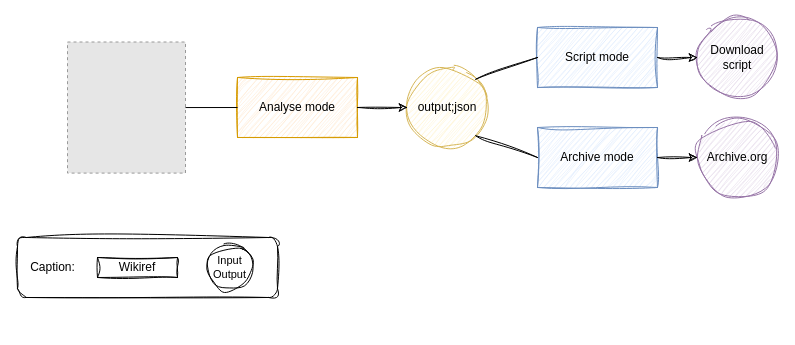
Manu404/WikiRef keeps this draw.io diagram as doc/Overview_Archi.drawio. Above is the earlier version. Source tidied: cells renumbered, new cells numbered last; positions are measured from the earlier drawing's top-left corner, leaving out a move shared by most shapes. Both pictures are drawn from the tidied source at 100%, with x=0, y=0 at pixel (17, 17). Pictures stored in the file or linked from it are replaced by grey dashed boxes.
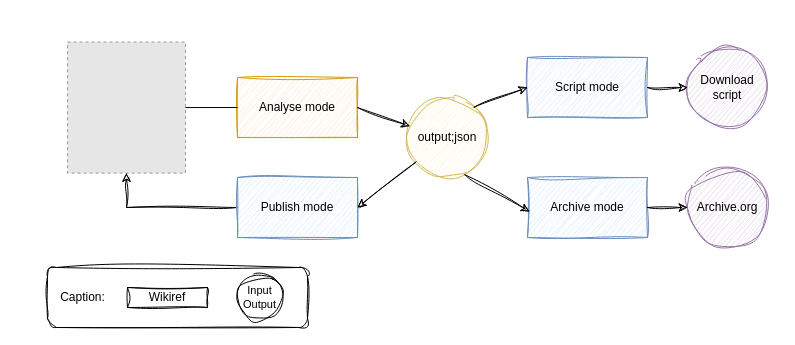
The same diagram, later.

Unchanged cells that the change refers to:
```xml
<mxCell id="3" style="fillColor=#E6E6E6;strokeColor=#999999;dashed=1;verticalLabelPosition=bottom;labelBackgroundColor=default;verticalAlign=top;" parent="1" vertex="1">
  <mxGeometry x="50" y="24.5" width="118" height="131.1" as="geometry" />
</mxCell>
<mxCell id="4" value="Analyse mode" style="rounded=0;whiteSpace=wrap;html=1;fillColor=#ffe6cc;strokeColor=#d79b00;sketch=1;curveFitting=1;jiggle=2;" parent="1" vertex="1">
  <mxGeometry x="220" y="60" width="120" height="60" as="geometry" />
</mxCell>
```

The edit, as a diff of the source:
```diff
@@
-    <mxCell id="2" style="rounded=1;whiteSpace=wrap;html=1;glass=0;sketch=1;curveFitting=1;jiggle=2;" parent="1" vertex="1">
-      <mxGeometry y="220" width="260" height="60" as="geometry" />
-    </mxCell>
@@
     <mxCell id="5" value="Script mode" style="rounded=0;whiteSpace=wrap;html=1;fillColor=#dae8fc;strokeColor=#6c8ebf;sketch=1;curveFitting=1;jiggle=2;" parent="1" vertex="1">
-      <mxGeometry x="520" y="10" width="120" height="60" as="geometry" />
+      <mxGeometry x="510" y="40" width="120" height="60" as="geometry" />
     </mxCell>
     <mxCell id="6" value="Archive mode" style="rounded=0;whiteSpace=wrap;html=1;fillColor=#dae8fc;strokeColor=#6c8ebf;sketch=1;curveFitting=1;jiggle=2;" parent="1" vertex="1">
-      <mxGeometry x="520" y="110" width="120" height="60" as="geometry" />
+      <mxGeometry x="510" y="160" width="120" height="60" as="geometry" />
     </mxCell>
     <mxCell id="7" value="output;json" style="ellipse;whiteSpace=wrap;html=1;fillColor=#fff2cc;strokeColor=#d6b656;sketch=1;curveFitting=1;jiggle=2;" parent="1" vertex="1">
-      <mxGeometry x="390" y="50" width="80" height="80" as="geometry" />
+      <mxGeometry x="390" y="80" width="80" height="80" as="geometry" />
     </mxCell>
-    <mxCell id="8" style="endArrow=classic;html=1;rounded=0;exitX=1;exitY=0.5;exitDx=0;exitDy=0;entryX=0;entryY=0.5;entryDx=0;entryDy=0;sketch=1;curveFitting=1;jiggle=2;" parent="1" edge="1" source="4" target="7">
+    <mxCell id="8" style="endArrow=classic;html=1;rounded=0;exitX=1;exitY=0.5;exitDx=0;exitDy=0;entryX=0.03;entryY=0.358;entryDx=0;entryDy=0;sketch=1;curveFitting=1;jiggle=2;entryPerimeter=0;" parent="1" edge="1" source="4" target="7">
       <mxGeometry relative="1" as="geometry" />
     </mxCell>
     <mxCell id="9" value="Archive.org" style="ellipse;whiteSpace=wrap;html=1;fillColor=#e1d5e7;strokeColor=#9673a6;sketch=1;curveFitting=1;jiggle=2;" parent="1" vertex="1">
-      <mxGeometry x="680" y="100" width="80" height="80" as="geometry" />
+      <mxGeometry x="670" y="150" width="80" height="80" as="geometry" />
     </mxCell>
     <mxCell id="10" value="&lt;div&gt;Download&lt;/div&gt;&lt;div&gt;script&lt;/div&gt;" style="ellipse;whiteSpace=wrap;html=1;fillColor=#e1d5e7;strokeColor=#9673a6;sketch=1;curveFitting=1;jiggle=2;" parent="1" vertex="1">
-      <mxGeometry x="680" width="80" height="80" as="geometry" />
+      <mxGeometry x="670" y="30" width="80" height="80" as="geometry" />
     </mxCell>
@@
-    <mxCell id="14" style="endArrow=none;html=1;rounded=0;entryX=0;entryY=0.5;entryDx=0;entryDy=0;exitX=1;exitY=0;exitDx=0;exitDy=0;sketch=1;curveFitting=1;jiggle=2;" parent="1" edge="1" source="7" target="5">
-      <mxGeometry relative="1" as="geometry" />
-    </mxCell>
-    <mxCell id="15" style="endArrow=none;html=1;rounded=0;entryX=0;entryY=0.5;entryDx=0;entryDy=0;exitX=1;exitY=1;exitDx=0;exitDy=0;sketch=1;curveFitting=1;jiggle=2;" parent="1" edge="1" source="7" target="6">
-      <mxGeometry relative="1" as="geometry" />
-    </mxCell>
+    <mxCell id="19" style="edgeStyle=orthogonalEdgeStyle;rounded=0;jettySize=auto;html=1;exitX=0;exitY=0.5;exitDx=0;exitDy=0;sketch=1;curveFitting=1;jiggle=2;" parent="1" edge="1" source="20" target="3">
+      <mxGeometry relative="1" as="geometry" />
+    </mxCell>
+    <mxCell id="20" value="Publish mode" style="rounded=0;whiteSpace=wrap;html=1;fillColor=#dae8fc;strokeColor=#6c8ebf;sketch=1;curveFitting=1;jiggle=2;" parent="1" vertex="1">
+      <mxGeometry x="220" y="160" width="120" height="60" as="geometry" />
+    </mxCell>
+    <mxCell id="21" style="group;" parent="1" vertex="1">
+      <mxGeometry x="30" y="250" width="260" height="60" as="geometry" />
+    </mxCell>
+    <mxCell id="2" style="rounded=1;whiteSpace=wrap;html=1;glass=0;sketch=1;curveFitting=1;jiggle=2;" parent="21" vertex="1">
+      <mxGeometry width="260" height="60" as="geometry" />
+    </mxCell>
-    <mxCell id="16" value="Wikiref" style="rounded=0;whiteSpace=wrap;html=1;sketch=1;curveFitting=1;jiggle=2;" parent="1" vertex="1">
-      <mxGeometry x="80" y="240" width="80" height="20" as="geometry" />
+    <mxCell id="16" value="Wikiref" style="rounded=0;whiteSpace=wrap;html=1;sketch=1;curveFitting=1;jiggle=2;" parent="21" vertex="1">
+      <mxGeometry x="80" y="20" width="80" height="20" as="geometry" />
     </mxCell>
-    <mxCell id="17" value="&lt;div style=&quot;font-size: 11px;&quot;&gt;&lt;font style=&quot;font-size: 11px;&quot;&gt;Input&lt;/font&gt;&lt;/div&gt;&lt;div style=&quot;font-size: 11px;&quot;&gt;&lt;font style=&quot;font-size: 11px;&quot;&gt;Output&lt;font style=&quot;font-size: 11px;&quot;&gt;&lt;br&gt;&lt;/font&gt;&lt;/font&gt;&lt;/div&gt;" style="ellipse;whiteSpace=wrap;html=1;fontSize=8;sketch=1;curveFitting=1;jiggle=2;" parent="1" vertex="1">
-      <mxGeometry x="190" y="227.5" width="45" height="45" as="geometry" />
+    <mxCell id="17" value="&lt;div style=&quot;font-size: 11px;&quot;&gt;&lt;font style=&quot;font-size: 11px;&quot;&gt;Input&lt;/font&gt;&lt;/div&gt;&lt;div style=&quot;font-size: 11px;&quot;&gt;&lt;font style=&quot;font-size: 11px;&quot;&gt;Output&lt;font style=&quot;font-size: 11px;&quot;&gt;&lt;br&gt;&lt;/font&gt;&lt;/font&gt;&lt;/div&gt;" style="ellipse;whiteSpace=wrap;html=1;fontSize=8;sketch=1;curveFitting=1;jiggle=2;" parent="21" vertex="1">
+      <mxGeometry x="190" y="7.5" width="45" height="45" as="geometry" />
     </mxCell>
-    <mxCell id="18" value="Caption:" style="text;html=1;align=center;verticalAlign=middle;strokeColor=none;fillColor=none;sketch=1;curveFitting=1;jiggle=2;" parent="1" vertex="1">
-      <mxGeometry y="235" width="70" height="30" as="geometry" />
+    <mxCell id="18" value="Caption:" style="text;html=1;align=center;verticalAlign=middle;strokeColor=none;fillColor=none;sketch=1;curveFitting=1;jiggle=2;" parent="21" vertex="1">
+      <mxGeometry y="15" width="70" height="30" as="geometry" />
     </mxCell>
+    <mxCell id="22" style="endArrow=classic;html=1;rounded=0;entryX=1;entryY=0.5;entryDx=0;entryDy=0;sketch=1;curveFitting=1;jiggle=2;" parent="1" edge="1" source="7" target="20">
+      <mxGeometry relative="1" as="geometry" />
+    </mxCell>
+    <mxCell id="15" style="endArrow=classic;html=1;rounded=0;entryX=0.018;entryY=0.566;entryDx=0;entryDy=0;sketch=1;curveFitting=1;jiggle=2;exitX=0.717;exitY=0.966;exitDx=0;exitDy=0;exitPerimeter=0;entryPerimeter=0;" parent="1" edge="1" source="7" target="6">
+      <mxGeometry relative="1" as="geometry" />
+    </mxCell>
+    <mxCell id="14" style="endArrow=classic;html=1;rounded=0;entryX=0;entryY=0.5;entryDx=0;entryDy=0;sketch=1;curveFitting=1;jiggle=2;exitX=0.832;exitY=0.122;exitDx=0;exitDy=0;exitPerimeter=0;" parent="1" edge="1" source="7" target="5">
+      <mxGeometry relative="1" as="geometry" />
+    </mxCell>
```
